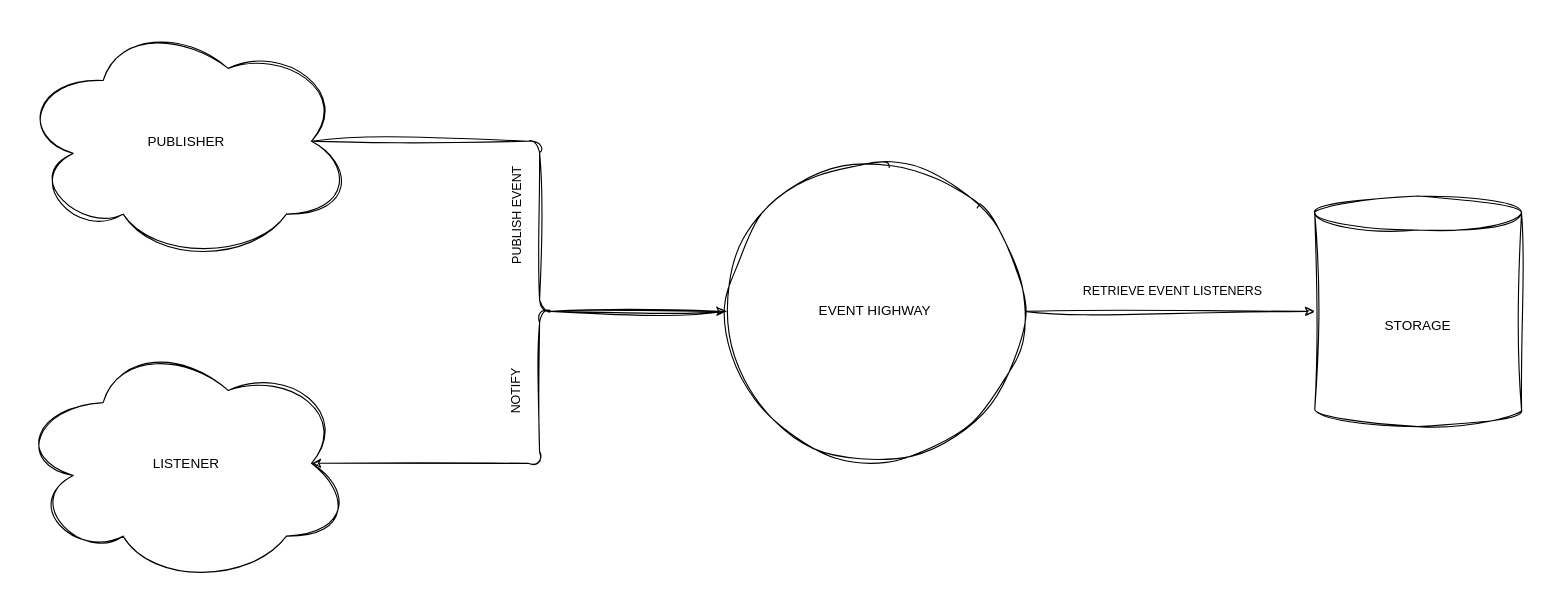
Earlier version of the draw.io diagram page "HLA" (1 of 4) of EventHighway.Core.drawio (hassanhabib/EventHighway.Designs). Source tidied: cells renumbered, new cells numbered last; positions are measured from the earlier drawing's top-left corner, leaving out a move shared by most shapes. Both pictures are drawn from the tidied source at 113%, with x=0, y=0 at pixel (19, 19).
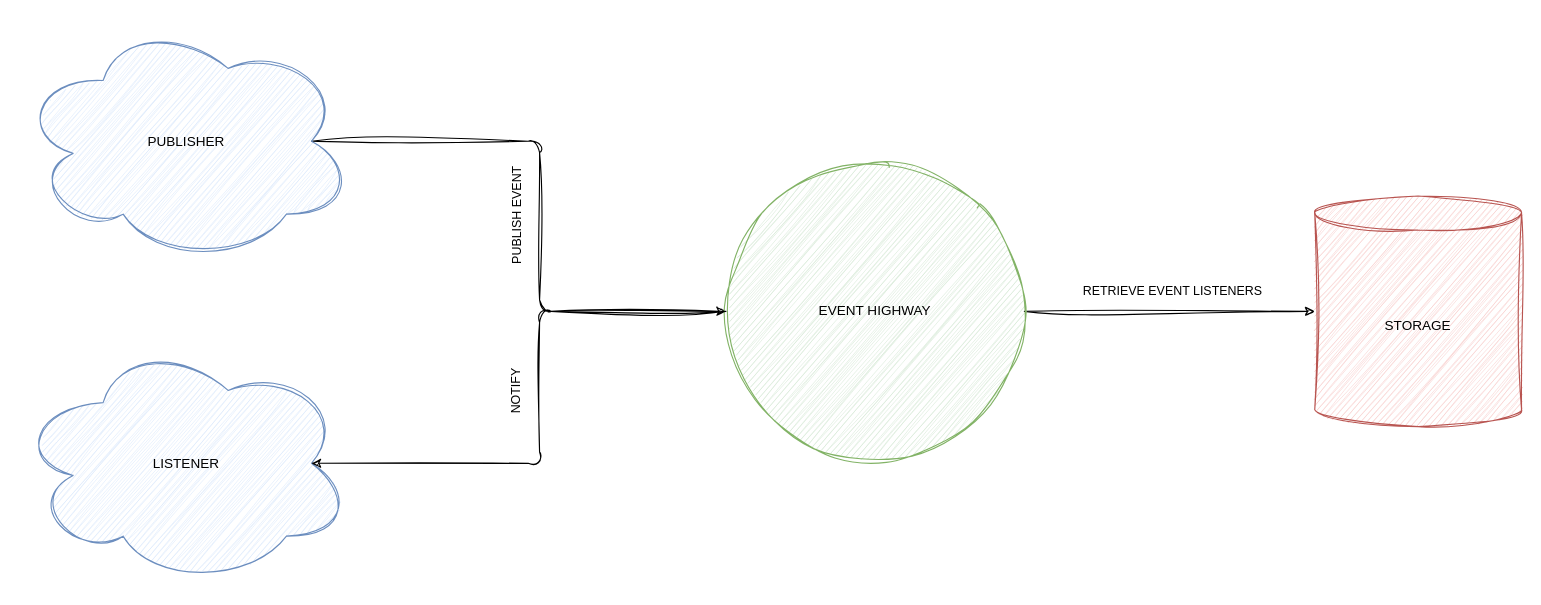
The same diagram, later.

Commit message:
CODE RUB: Color HLA Components

Change to the diagram source:
```diff
@@
 <mxGraphModel>
   <root>
     <mxCell id="0" />
     <mxCell id="1" parent="0" />
     <mxCell id="2" style="edgeStyle=orthogonalEdgeStyle;rounded=1;jettySize=auto;html=1;entryX=0;entryY=0.5;entryDx=0;entryDy=0;exitX=0.875;exitY=0.5;exitDx=0;exitDy=0;exitPerimeter=0;sketch=1;curveFitting=1;jiggle=2;" parent="1" edge="1" source="5" target="8">
       <mxGeometry relative="1" as="geometry" />
     </mxCell>
     <mxCell id="3" value="PUBLISH EVENT" style="edgeLabel;html=1;align=center;verticalAlign=middle;rotation=-90;sketch=1;curveFitting=1;jiggle=2;rounded=1;" parent="2" vertex="1">
       <mxGeometry x="-0.03" y="1" relative="1" as="geometry">
         <mxPoint x="-21" y="18" as="offset" />
       </mxGeometry>
     </mxCell>
     <mxCell id="4" value="NOTIFY&amp;nbsp;" style="edgeLabel;html=1;align=center;verticalAlign=middle;rotation=-90;sketch=1;curveFitting=1;jiggle=2;rounded=1;" parent="2" vertex="1">
       <mxGeometry x="-0.03" y="1" relative="1" as="geometry">
         <mxPoint x="-22" y="172" as="offset" />
       </mxGeometry>
     </mxCell>
-    <mxCell id="5" value="PUBLISHER" style="ellipse;shape=cloud;whiteSpace=wrap;html=1;sketch=1;curveFitting=1;jiggle=2;rounded=1;" parent="1" vertex="1">
+    <mxCell id="5" value="PUBLISHER" style="ellipse;shape=cloud;whiteSpace=wrap;html=1;sketch=1;curveFitting=1;jiggle=2;rounded=1;fillColor=#dae8fc;strokeColor=#6c8ebf;" parent="1" vertex="1">
       <mxGeometry width="295" height="215" as="geometry" />
     </mxCell>
     <mxCell id="6" style="edgeStyle=orthogonalEdgeStyle;rounded=1;jettySize=auto;html=1;sketch=1;curveFitting=1;jiggle=2;" parent="1" edge="1" source="8" target="9">
       <mxGeometry relative="1" as="geometry" />
     </mxCell>
     <mxCell id="7" value="RETRIEVE EVENT LISTENERS" style="edgeLabel;html=1;align=center;verticalAlign=middle;sketch=1;curveFitting=1;jiggle=2;rounded=1;" parent="6" vertex="1">
       <mxGeometry x="-0.19" y="-1" relative="1" as="geometry">
         <mxPoint x="26" y="-20" as="offset" />
       </mxGeometry>
     </mxCell>
-    <mxCell id="8" value="EVENT HIGHWAY" style="ellipse;whiteSpace=wrap;html=1;sketch=1;curveFitting=1;jiggle=2;rounded=1;" parent="1" vertex="1">
+    <mxCell id="8" value="EVENT HIGHWAY" style="ellipse;whiteSpace=wrap;html=1;sketch=1;curveFitting=1;jiggle=2;rounded=1;fillColor=#d5e8d4;strokeColor=#82b366;" parent="1" vertex="1">
       <mxGeometry x="625" y="126" width="264" height="264" as="geometry" />
     </mxCell>
-    <mxCell id="9" value="STORAGE" style="shape=cylinder3;whiteSpace=wrap;html=1;boundedLbl=1;backgroundOutline=1;size=15;sketch=1;curveFitting=1;jiggle=2;rounded=1;" parent="1" vertex="1">
+    <mxCell id="9" value="STORAGE" style="shape=cylinder3;whiteSpace=wrap;html=1;boundedLbl=1;backgroundOutline=1;size=15;sketch=1;curveFitting=1;jiggle=2;rounded=1;fillColor=#f8cecc;strokeColor=#b85450;" parent="1" vertex="1">
       <mxGeometry x="1146" y="156" width="183" height="204" as="geometry" />
     </mxCell>
-    <mxCell id="10" value="LISTENER" style="ellipse;shape=cloud;whiteSpace=wrap;html=1;sketch=1;curveFitting=1;jiggle=2;rounded=1;" parent="1" vertex="1">
+    <mxCell id="10" value="LISTENER" style="ellipse;shape=cloud;whiteSpace=wrap;html=1;sketch=1;curveFitting=1;jiggle=2;rounded=1;fillColor=#dae8fc;strokeColor=#6c8ebf;" parent="1" vertex="1">
       <mxGeometry y="285" width="295" height="215" as="geometry" />
     </mxCell>
     <mxCell id="11" style="edgeStyle=orthogonalEdgeStyle;rounded=1;jettySize=auto;html=1;entryX=0.875;entryY=0.5;entryDx=0;entryDy=0;entryPerimeter=0;sketch=1;curveFitting=1;jiggle=2;" parent="1" edge="1" source="8" target="10">
       <mxGeometry relative="1" as="geometry" />
     </mxCell>
   </root>
 </mxGraphModel>
```
